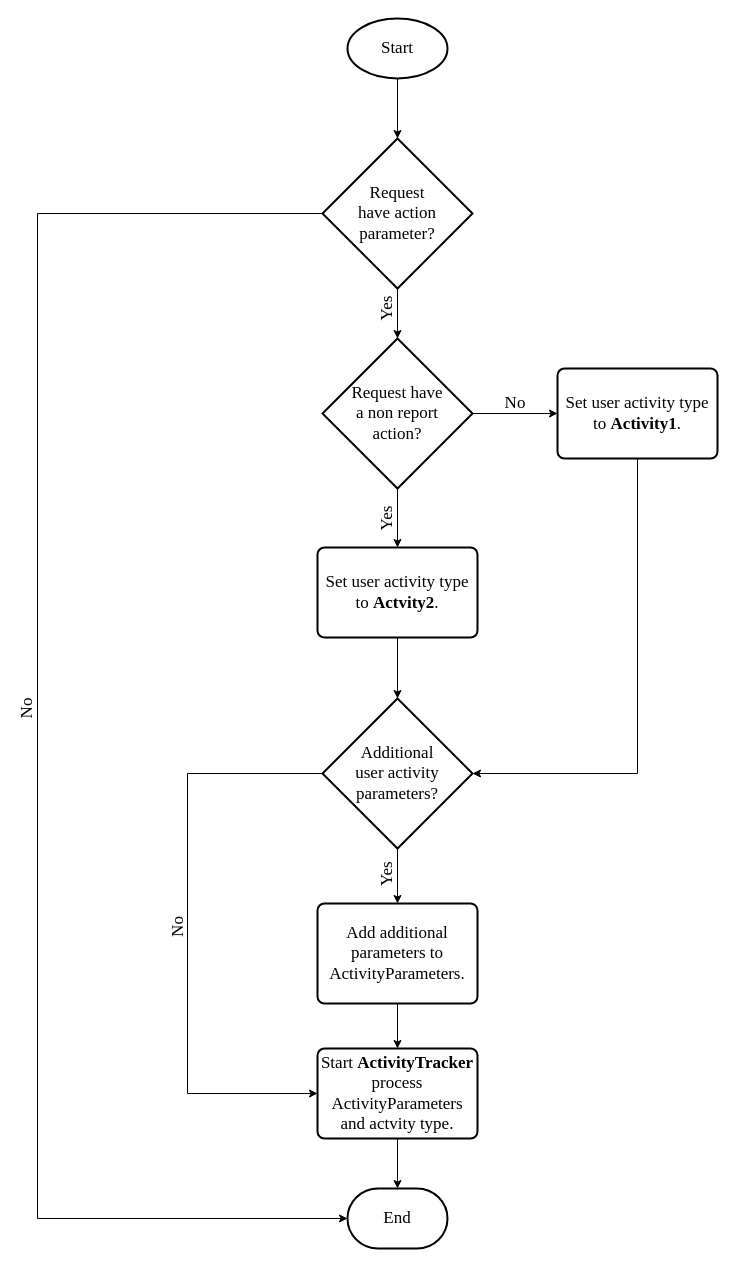
CorrieScheepers/Masters keeps this draw.io diagram as img/Chapter2/DetailView_Flow/DetailView_Flow.drawio. Above is the earlier version. Source tidied: cells renumbered, new cells numbered last; positions are measured from the earlier drawing's top-left corner, leaving out a move shared by most shapes. Both pictures are drawn from the tidied source at 100%, with x=0, y=0 at pixel (7, 18).
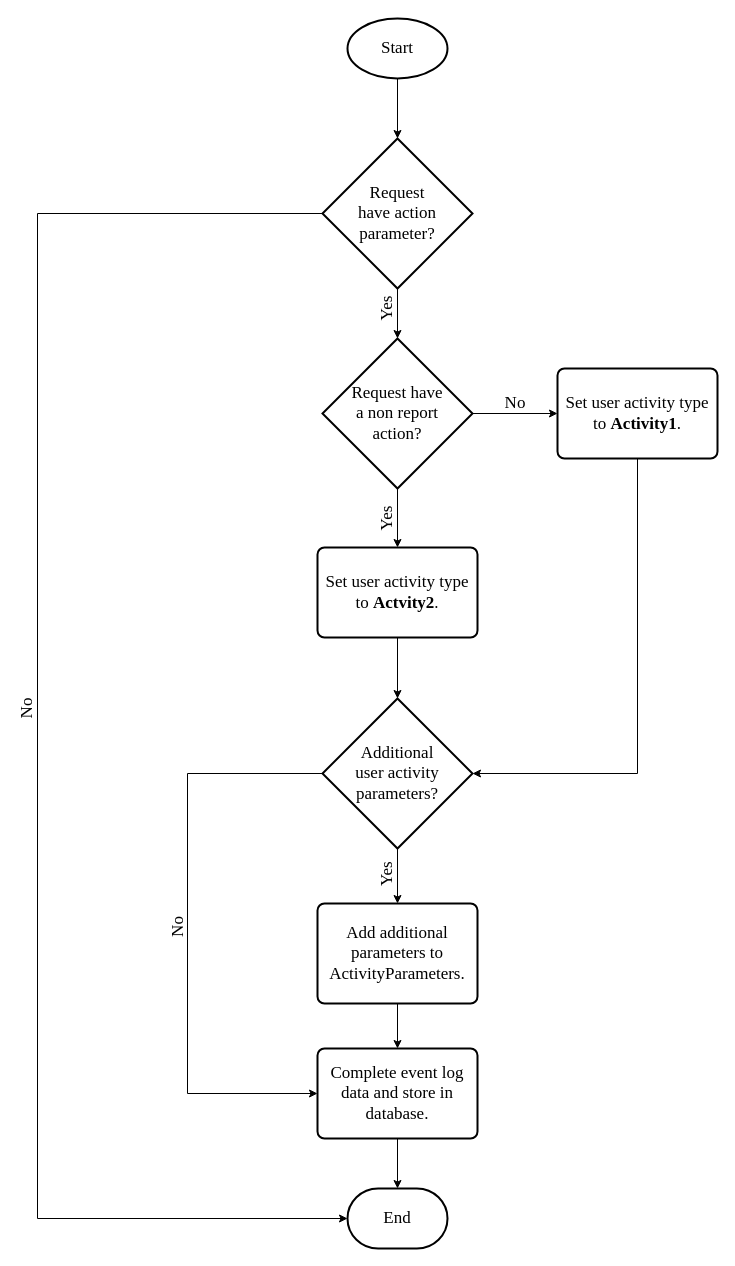
After the change.

The edit, as a diff of the source:
```diff
@@
-    <mxCell id="13" value="Start &lt;b style=&quot;font-size: 17px;&quot;&gt;ActivityTracker &lt;/b&gt;process ActivityParameters and actvity type." style="rounded=1;whiteSpace=wrap;html=1;absoluteArcSize=1;arcSize=14;strokeWidth=2;fontFamily=Times New Roman;fillColor=none;fontSize=17;" parent="1" vertex="1">
+    <mxCell id="13" value="Complete event log data and store in database." style="rounded=1;whiteSpace=wrap;html=1;absoluteArcSize=1;arcSize=14;strokeWidth=2;fontFamily=Times New Roman;fillColor=none;fontSize=17;" parent="1" vertex="1">
       <mxGeometry x="310" y="1030" width="160" height="90" as="geometry" />
     </mxCell>
```
